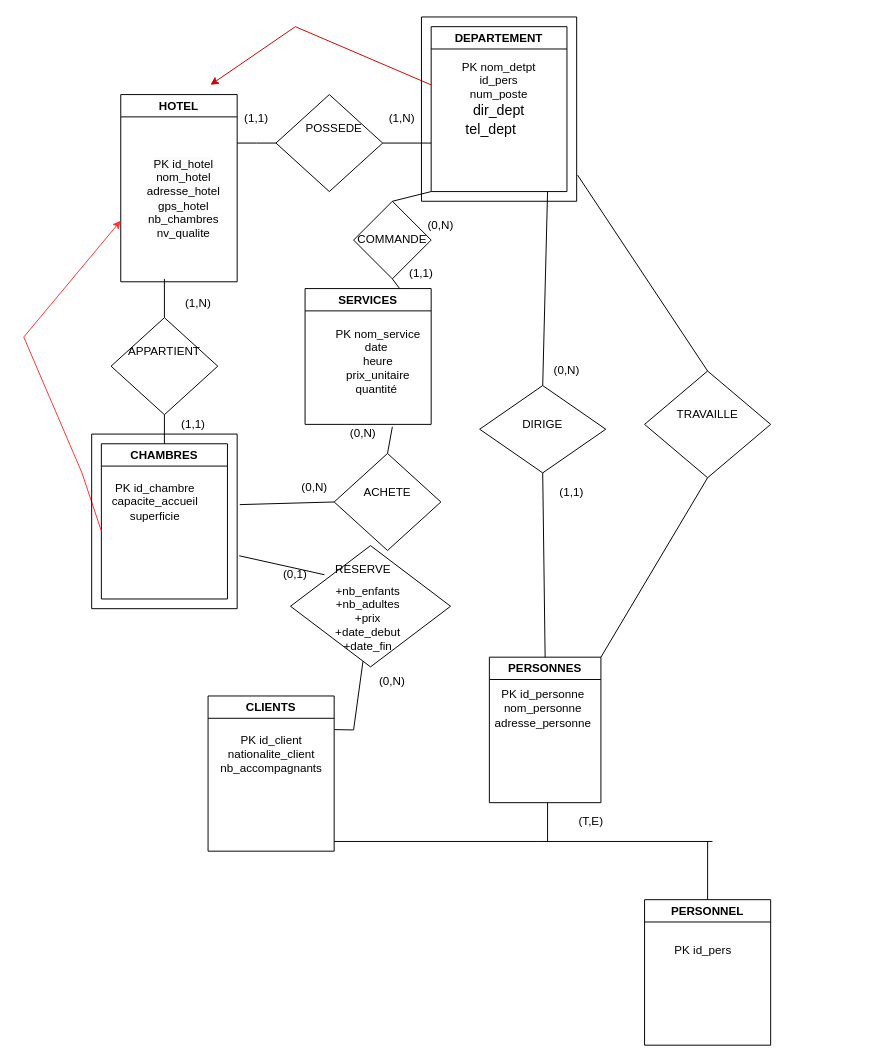
This is Diagramme sans nom.drawio from lenny-vergerolle/lennyverg, a draw.io file, before an edit. Source tidied: cells renumbered, new cells numbered last; positions are measured from the earlier drawing's top-left corner, leaving out a move shared by most shapes. Both pictures are drawn from the tidied source at 97%, with x=0, y=0 at pixel (23, 16).
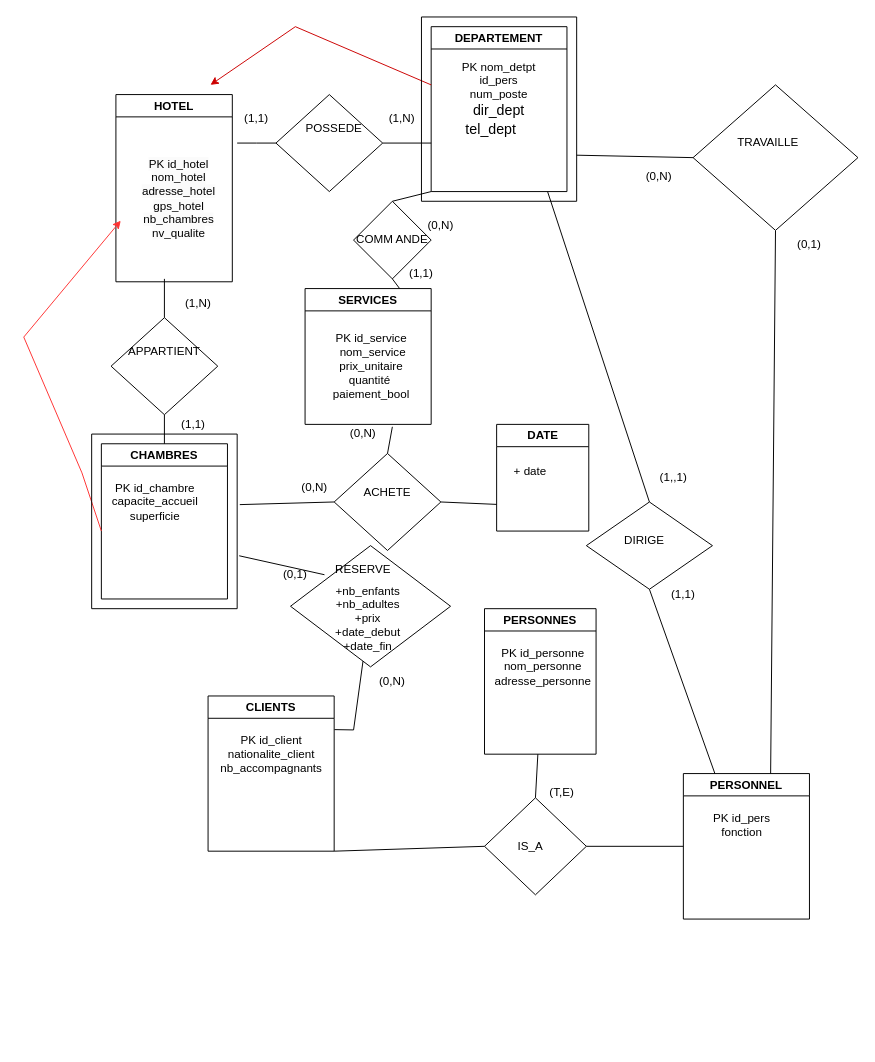
Above is the later version.

Commit message:
Mettre à jour Diagramme sans nom.drawio

Unchanged cells that the change refers to:
```xml
<mxCell id="6" value="CLIENTS" style="swimlane;whiteSpace=wrap;html=1;" parent="1" vertex="1">
  <mxGeometry x="190" y="700" width="130" height="160" as="geometry" />
</mxCell>
<mxCell id="40" style="swimlane;startSize=0;" parent="1" vertex="1">
  <mxGeometry x="410" width="160" height="190" as="geometry" />
</mxCell>
<mxCell id="41" value="SERVICES" style="swimlane;whiteSpace=wrap;html=1;" parent="1" vertex="1">
  <mxGeometry x="290" y="280" width="130" height="140" as="geometry" />
</mxCell>
<mxCell id="47" style="rhombus;whiteSpace=wrap;html=1;" parent="1" vertex="1">
  <mxGeometry x="320" y="450" width="110" height="100" as="geometry" />
</mxCell>
```

The edit, as a diff of the source:
```diff
@@
     <mxCell id="2" value="HOTEL" style="swimlane;whiteSpace=wrap;html=1;" parent="1" vertex="1">
-      <mxGeometry x="100" y="80" width="120" height="193" as="geometry" />
+      <mxGeometry x="95" y="80" width="120" height="193" as="geometry" />
     </mxCell>
@@
     <mxCell id="8" value="PERSONNES" style="swimlane;whiteSpace=wrap;html=1;" parent="1" vertex="1">
-      <mxGeometry x="480" y="660" width="115" height="150" as="geometry" />
+      <mxGeometry x="475" y="610" width="115" height="150" as="geometry" />
     </mxCell>
-    <mxCell id="9" value="PK id_personne&lt;br&gt;nom_personne&lt;br&gt;adresse_personne&lt;br&gt;" style="text;html=1;align=center;verticalAlign=middle;strokeColor=none;fillColor=none;" parent="8" vertex="1">
-      <mxGeometry x="-5" y="23" width="120" height="60" as="geometry" />
-    </mxCell>
     <mxCell id="10" value="PERSONNEL" style="swimlane;whiteSpace=wrap;html=1;" parent="1" vertex="1">
-      <mxGeometry x="640" y="910" width="130" height="150" as="geometry" />
+      <mxGeometry x="680" y="780" width="130" height="150" as="geometry" />
     </mxCell>
-    <mxCell id="11" value="PK id_pers" style="text;html=1;align=center;verticalAlign=middle;strokeColor=none;fillColor=none;" parent="10" vertex="1">
-      <mxGeometry x="20" y="38" width="80" height="30" as="geometry" />
+    <mxCell id="11" value="PK id_pers&lt;br&gt;fonction" style="text;html=1;align=center;verticalAlign=middle;strokeColor=none;fillColor=none;" parent="10" vertex="1">
+      <mxGeometry x="20" y="33" width="80" height="40" as="geometry" />
     </mxCell>
@@
-    <mxCell id="23" style="endArrow=none;html=1;rounded=0;" parent="1" edge="1">
-      <mxGeometry relative="1" as="geometry">
-        <mxPoint x="320" y="850" as="sourcePoint" />
-        <mxPoint x="710" y="850" as="targetPoint" />
-        <Array as="points">
-          <mxPoint x="530" y="850" />
-        </Array>
-      </mxGeometry>
-    </mxCell>
-    <mxCell id="24" style="endArrow=none;html=1;rounded=0;" parent="1" edge="1">
-      <mxGeometry relative="1" as="geometry">
-        <mxPoint x="540" y="810" as="sourcePoint" />
-        <mxPoint x="540" y="850" as="targetPoint" />
-      </mxGeometry>
-    </mxCell>
-    <mxCell id="25" style="endArrow=none;html=1;rounded=0;exitX=0.5;exitY=0;exitDx=0;exitDy=0;" parent="1" edge="1" source="10">
-      <mxGeometry relative="1" as="geometry">
-        <mxPoint x="705" y="850" as="targetPoint" />
-      </mxGeometry>
-    </mxCell>
     <mxCell id="26" style="rhombus;whiteSpace=wrap;html=1;" parent="1" vertex="1">
-      <mxGeometry x="470" y="380" width="130" height="90" as="geometry" />
+      <mxGeometry x="580" y="500" width="130" height="90" as="geometry" />
     </mxCell>
     <mxCell id="27" value="DIRIGE" style="text;html=1;strokeColor=none;fillColor=none;align=center;verticalAlign=middle;whiteSpace=wrap;rounded=0;" parent="1" vertex="1">
-      <mxGeometry x="490" y="400" width="90" height="40" as="geometry" />
+      <mxGeometry x="595" y="520" width="90" height="40" as="geometry" />
     </mxCell>
-    <mxCell id="28" style="endArrow=none;html=1;rounded=0;exitX=0.5;exitY=0;exitDx=0;exitDy=0;entryX=0.5;entryY=1;entryDx=0;entryDy=0;" parent="1" edge="1" source="8" target="26">
-      <mxGeometry relative="1" as="geometry" />
-    </mxCell>
@@
-    <mxCell id="37" value="(0,N)" style="text;html=1;strokeColor=none;fillColor=none;align=center;verticalAlign=middle;whiteSpace=wrap;rounded=0;" parent="1" vertex="1">
-      <mxGeometry x="530" y="350" width="60" height="30" as="geometry" />
+    <mxCell id="37" value="(1,,1)" style="text;html=1;strokeColor=none;fillColor=none;align=center;verticalAlign=middle;whiteSpace=wrap;rounded=0;" parent="1" vertex="1">
+      <mxGeometry x="640" y="460" width="60" height="30" as="geometry" />
     </mxCell>
@@
     <mxCell id="39" value="(T,E)" style="text;html=1;strokeColor=none;fillColor=none;align=center;verticalAlign=middle;whiteSpace=wrap;rounded=0;" parent="1" vertex="1">
-      <mxGeometry x="550" y="810" width="70" height="40" as="geometry" />
+      <mxGeometry x="520" y="780" width="70" height="40" as="geometry" />
     </mxCell>
@@
-    <mxCell id="42" value="PK nom_service&lt;br&gt;date&amp;nbsp;&lt;br&gt;heure&lt;br&gt;prix_unitaire&lt;br&gt;quantité&amp;nbsp;" style="text;html=1;align=center;verticalAlign=middle;strokeColor=none;fillColor=none;" parent="41" vertex="1">
-      <mxGeometry x="20" y="30" width="110" height="90" as="geometry" />
+    <mxCell id="42" value="PK id_service&lt;br&gt;&amp;nbsp;nom_service&lt;br&gt;prix_unitaire&lt;br&gt;quantité&amp;nbsp;&lt;br&gt;paiement_bool" style="text;html=1;align=center;verticalAlign=middle;strokeColor=none;fillColor=none;" parent="41" vertex="1">
+      <mxGeometry x="17.5" y="35" width="100" height="90" as="geometry" />
     </mxCell>
@@
-    <mxCell id="49" value="COMMANDE" style="rhombus;whiteSpace=wrap;html=1;" parent="1" vertex="1">
+    <mxCell id="49" value="COMM ANDE" style="rhombus;whiteSpace=wrap;html=1;" parent="1" vertex="1">
       <mxGeometry x="340" y="190" width="80" height="80" as="geometry" />
     </mxCell>
@@
-    <mxCell id="59" style="rhombus;whiteSpace=wrap;html=1;" parent="1" vertex="1">
-      <mxGeometry x="640" y="365" width="130" height="110" as="geometry" />
-    </mxCell>
-    <mxCell id="60" style="endArrow=none;html=1;rounded=0;exitX=1;exitY=0;exitDx=0;exitDy=0;entryX=0.5;entryY=1;entryDx=0;entryDy=0;" parent="1" edge="1" source="8" target="59">
+    <mxCell id="60" style="endArrow=none;html=1;rounded=0;entryX=0.5;entryY=1;entryDx=0;entryDy=0;exitX=0.692;exitY=0;exitDx=0;exitDy=0;exitPerimeter=0;" parent="1" edge="1" source="10" target="64">
       <mxGeometry relative="1" as="geometry" />
     </mxCell>
-    <mxCell id="61" style="endArrow=none;html=1;rounded=0;entryX=0.5;entryY=0;entryDx=0;entryDy=0;exitX=1.006;exitY=0.858;exitDx=0;exitDy=0;exitPerimeter=0;" parent="1" edge="1" source="40" target="59">
-      <mxGeometry relative="1" as="geometry" />
-    </mxCell>
+    <mxCell id="63" value="(1,1)" style="text;html=1;strokeColor=none;fillColor=none;align=center;verticalAlign=middle;whiteSpace=wrap;rounded=0;" parent="1" vertex="1">
+      <mxGeometry x="650" y="580" width="60" height="30" as="geometry" />
+    </mxCell>
+    <mxCell id="64" style="rhombus;whiteSpace=wrap;html=1;" parent="1" vertex="1">
+      <mxGeometry x="690" y="70" width="170" height="150" as="geometry" />
+    </mxCell>
+    <mxCell id="65" style="endArrow=none;html=1;rounded=0;entryX=0;entryY=0.5;entryDx=0;entryDy=0;exitX=1;exitY=0.75;exitDx=0;exitDy=0;" parent="1" edge="1" source="40" target="64">
+      <mxGeometry relative="1" as="geometry" />
+    </mxCell>
     <mxCell id="62" value="TRAVAILLE" style="text;html=1;strokeColor=none;fillColor=none;align=center;verticalAlign=middle;whiteSpace=wrap;rounded=0;" parent="1" vertex="1">
-      <mxGeometry x="675" y="395" width="60" height="30" as="geometry" />
+      <mxGeometry x="720" y="110" width="95" height="40" as="geometry" />
     </mxCell>
-    <mxCell id="63" value="(1,1)" style="text;html=1;strokeColor=none;fillColor=none;align=center;verticalAlign=middle;whiteSpace=wrap;rounded=0;" parent="1" vertex="1">
-      <mxGeometry x="535" y="475" width="60" height="30" as="geometry" />
-    </mxCell>
+    <mxCell id="66" style="endArrow=none;html=1;rounded=0;exitX=0.5;exitY=1;exitDx=0;exitDy=0;entryX=0.25;entryY=0;entryDx=0;entryDy=0;" parent="1" edge="1" source="26" target="10">
+      <mxGeometry relative="1" as="geometry" />
+    </mxCell>
+    <mxCell id="67" value="(0,1)" style="text;html=1;strokeColor=none;fillColor=none;align=center;verticalAlign=middle;whiteSpace=wrap;rounded=0;" parent="1" vertex="1">
+      <mxGeometry x="780" y="220" width="60" height="30" as="geometry" />
+    </mxCell>
+    <mxCell id="68" value="(0,N)" style="text;html=1;strokeColor=none;fillColor=none;align=center;verticalAlign=middle;whiteSpace=wrap;rounded=0;" parent="1" vertex="1">
+      <mxGeometry x="625" y="150" width="60" height="30" as="geometry" />
+    </mxCell>
+    <mxCell id="9" value="PK id_personne&lt;br&gt;nom_personne&lt;br&gt;adresse_personne&lt;br&gt;" style="text;html=1;align=center;verticalAlign=middle;strokeColor=none;fillColor=none;" parent="1" vertex="1">
+      <mxGeometry x="475" y="640" width="120" height="60" as="geometry" />
+    </mxCell>
+    <mxCell id="69" style="rhombus;whiteSpace=wrap;html=1;" parent="1" vertex="1">
+      <mxGeometry x="475" y="805" width="105" height="100" as="geometry" />
+    </mxCell>
+    <mxCell id="70" value="IS_A" style="text;html=1;strokeColor=none;fillColor=none;align=center;verticalAlign=middle;whiteSpace=wrap;rounded=0;" parent="1" vertex="1">
+      <mxGeometry x="495" y="840" width="55" height="30" as="geometry" />
+    </mxCell>
+    <mxCell id="71" style="endArrow=none;html=1;rounded=0;entryX=0;entryY=0.5;entryDx=0;entryDy=0;exitX=1;exitY=1;exitDx=0;exitDy=0;" parent="1" edge="1" source="6" target="69">
+      <mxGeometry relative="1" as="geometry" />
+    </mxCell>
+    <mxCell id="72" style="endArrow=none;html=1;rounded=0;entryX=0;entryY=0.5;entryDx=0;entryDy=0;exitX=1;exitY=0.5;exitDx=0;exitDy=0;" parent="1" edge="1" source="69" target="10">
+      <mxGeometry relative="1" as="geometry" />
+    </mxCell>
+    <mxCell id="73" style="endArrow=none;html=1;rounded=0;exitX=0.5;exitY=0;exitDx=0;exitDy=0;" parent="1" edge="1" source="69">
+      <mxGeometry relative="1" as="geometry">
+        <mxPoint x="530" y="760" as="targetPoint" />
+      </mxGeometry>
+    </mxCell>
+    <mxCell id="74" value="DATE" style="swimlane;whiteSpace=wrap;html=1;" parent="1" vertex="1">
+      <mxGeometry x="487.5" y="420" width="95" height="110" as="geometry" />
+    </mxCell>
+    <mxCell id="75" value="+ date&amp;nbsp;&lt;br style=&quot;border-color: var(--border-color);&quot;&gt;" style="text;html=1;strokeColor=none;fillColor=none;align=center;verticalAlign=middle;whiteSpace=wrap;rounded=0;" parent="74" vertex="1">
+      <mxGeometry x="6" y="34" width="60" height="30" as="geometry" />
+    </mxCell>
+    <mxCell id="76" style="endArrow=none;html=1;rounded=0;exitX=1;exitY=0.5;exitDx=0;exitDy=0;entryX=0;entryY=0.75;entryDx=0;entryDy=0;" parent="1" edge="1" source="47" target="74">
+      <mxGeometry relative="1" as="geometry" />
+    </mxCell>
```
